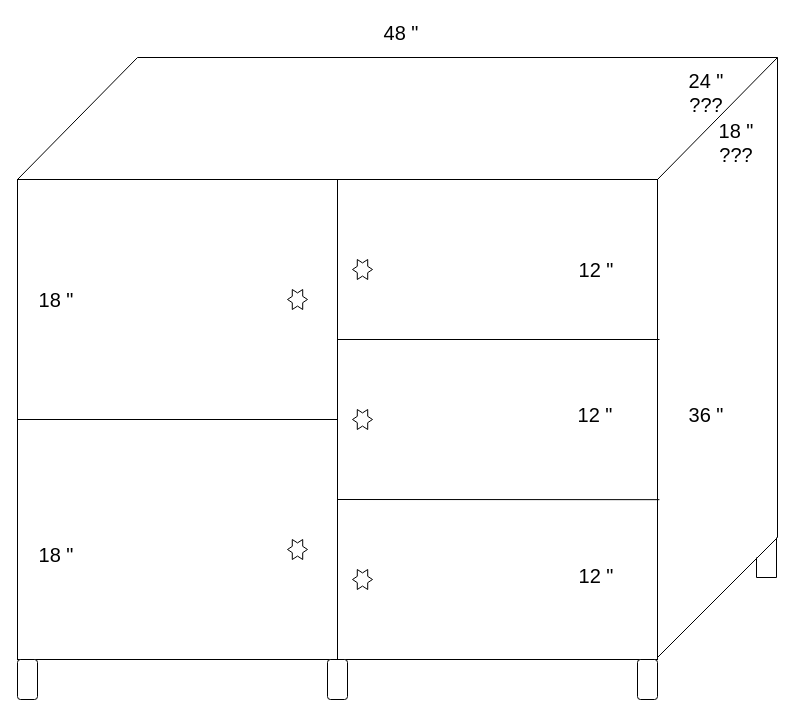
Before: shelf.drawio in zikzakjack/draw.io, a draw.io diagram. Source tidied: cells renumbered, new cells numbered last; positions are measured from the earlier drawing's top-left corner, leaving out a move shared by most shapes. Both pictures are drawn from the tidied source at 100%, with x=0, y=0 at pixel (17, 17).
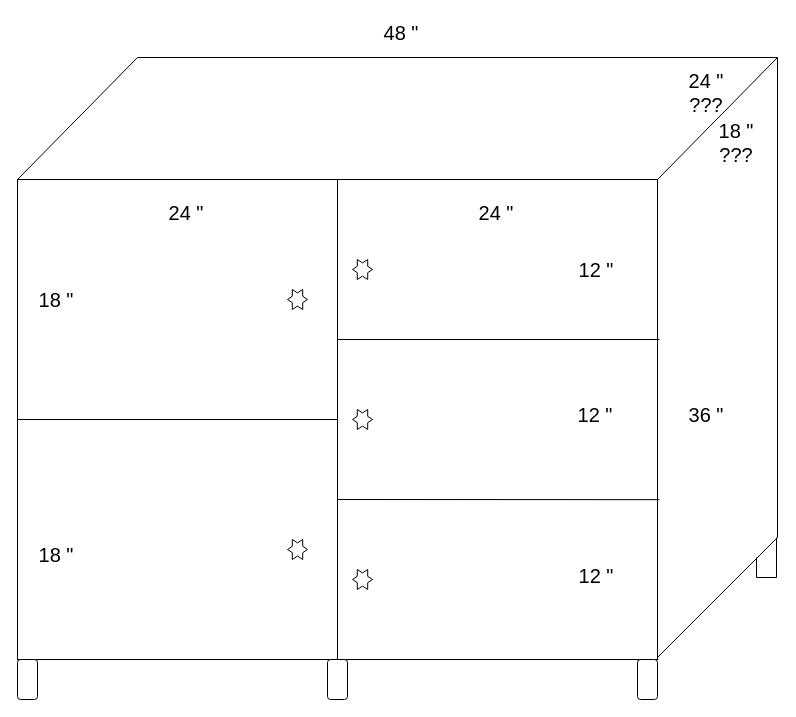
Above is the later version.

The change refers to these unchanged cells:
```xml
<mxCell id="3" style="group;rounded=1;sketch=1;curveFitting=1;jiggle=2;" parent="2" vertex="1">
  <mxGeometry width="640" height="480" as="geometry" />
</mxCell>
```

Diff of the diagram source:
```diff
@@
+    <mxCell id="34" value="&lt;font style=&quot;font-size: 20px;&quot;&gt;24 &quot;&lt;/font&gt;" style="text;strokeColor=none;align=center;fillColor=none;html=1;verticalAlign=middle;whiteSpace=wrap;rounded=0;" parent="3" vertex="1">
+      <mxGeometry x="139" y="18" width="60" height="30" as="geometry" />
+    </mxCell>
+    <mxCell id="35" value="&lt;font style=&quot;font-size: 20px;&quot;&gt;24 &quot;&lt;/font&gt;" style="text;strokeColor=none;align=center;fillColor=none;html=1;verticalAlign=middle;whiteSpace=wrap;rounded=0;" parent="3" vertex="1">
+      <mxGeometry x="449" y="18" width="60" height="30" as="geometry" />
+    </mxCell>
```
